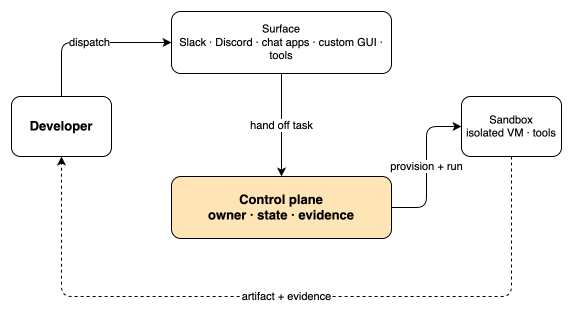
The draw.io diagram src/pages/docs/blog/control-plan-inst-chat-app/control-plane-layers.drawio.png in AssahBismarkabah/astro-fap, before a commit. Source tidied: cells renumbered, new cells last; positions are measured from the earlier drawing's top-left corner, leaving out a move shared by most shapes.
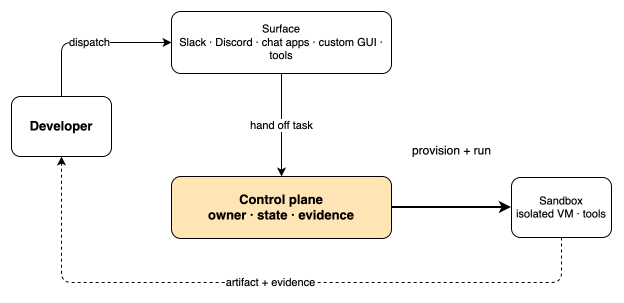
Later version of the same file.

Commit message:
update control plane diagram: reposition sandbox and add label for "provision + run" edge

What changed in the source:
```diff
@@ -12,7 +12,7 @@
       <mxGeometry x="160" y="165" width="220" height="62" as="geometry" />
     </mxCell>
     <mxCell id="5" value="Sandbox&#10;isolated VM · tools" style="rounded=1;whiteSpace=wrap;html=1;fillColor=#ffffff;strokeColor=#000000;fontColor=#000000;fontSize=11;" parent="1" vertex="1">
-      <mxGeometry x="450" y="85" width="100" height="60" as="geometry" />
+      <mxGeometry x="500" y="166" width="100" height="60" as="geometry" />
     </mxCell>
     <mxCell id="6" value="dispatch" style="edgeStyle=orthogonalEdgeStyle;rounded=1;html=1;strokeColor=#000000;endArrow=classic;fontColor=#000000;exitX=0.5;exitY=0;entryX=0;entryY=0.5;" parent="1" edge="1" source="2" target="3">
       <mxGeometry relative="1" as="geometry" />
@@ -20,16 +20,19 @@
     <mxCell id="7" value="hand off task" style="edgeStyle=orthogonalEdgeStyle;rounded=1;html=1;strokeColor=#000000;endArrow=classic;fontColor=#000000;exitX=0.5;exitY=1;entryX=0.5;entryY=0;" parent="1" edge="1" source="3" target="4">
       <mxGeometry relative="1" as="geometry" />
     </mxCell>
-    <mxCell id="8" value="provision + run" style="edgeStyle=orthogonalEdgeStyle;rounded=1;html=1;strokeColor=#000000;endArrow=classic;fontColor=#000000;exitX=1;exitY=0.5;entryX=0;entryY=0.5;" parent="1" edge="1" source="4" target="5">
+    <mxCell id="8" style="html=1;strokeColor=#000000;strokeWidth=2;endArrow=classic;fontColor=#000000;" parent="1" edge="1" source="4" target="5">
       <mxGeometry relative="1" as="geometry" />
     </mxCell>
     <mxCell id="9" value="artifact + evidence" style="edgeStyle=orthogonalEdgeStyle;rounded=1;html=1;strokeColor=#000000;dashed=1;endArrow=classic;fontColor=#000000;exitX=0.5;exitY=1;entryX=0.5;entryY=1;" parent="1" edge="1" source="5" target="2">
       <mxGeometry relative="1" as="geometry">
         <Array as="points">
-          <mxPoint x="500" y="285" />
-          <mxPoint x="50" y="285" />
+          <mxPoint x="550" y="271" />
+          <mxPoint x="50" y="271" />
         </Array>
       </mxGeometry>
     </mxCell>
+    <mxCell id="10" value="provision + run" style="text;html=1;strokeColor=none;fillColor=none;align=center;verticalAlign=middle;fontSize=12;fontColor=#000000;" parent="1" vertex="1">
+      <mxGeometry x="410" y="130" width="60" height="18" as="geometry" />
+    </mxCell>
   </root>
 </mxGraphModel>
```
